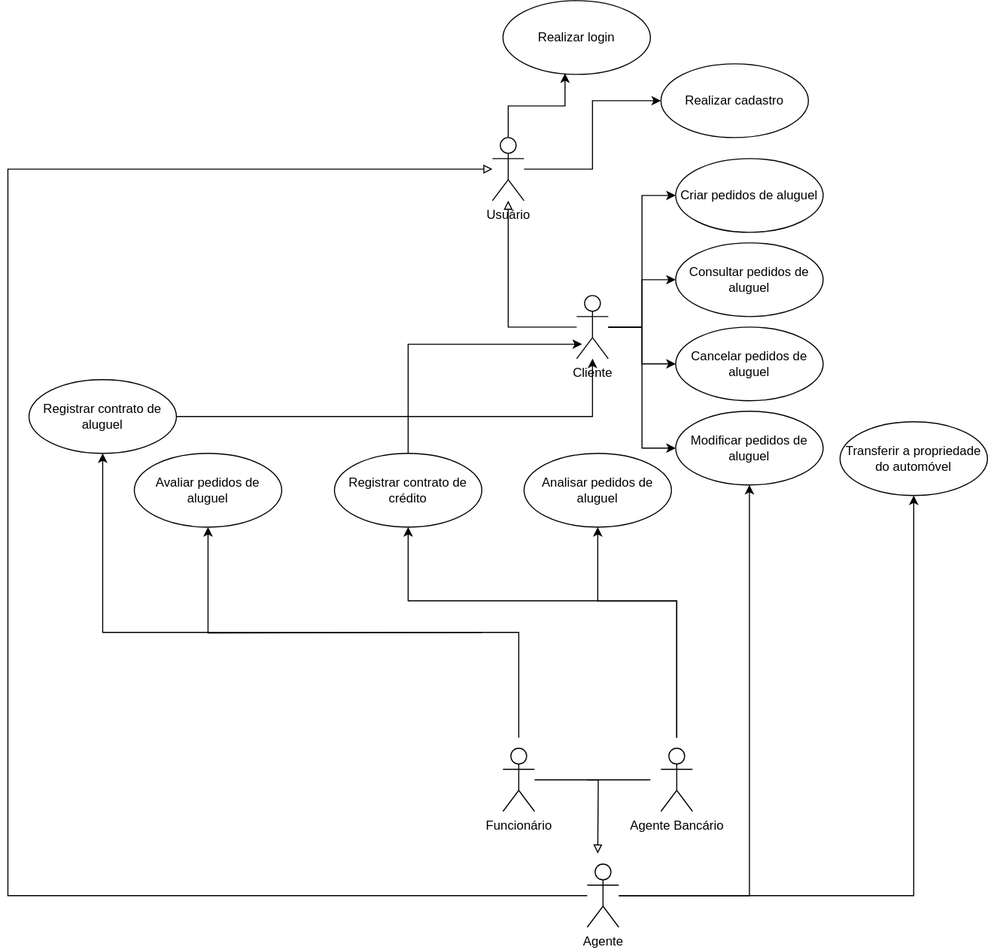
The draw.io diagram projeto/DiagramaDeCasosDeUso.drawio.svg in marcosffp/Sistema-de-Aluguel-de-Carros, before a commit. Source tidied: cells renumbered, new cells last; positions are measured from the earlier drawing's top-left corner, leaving out a move shared by most shapes.
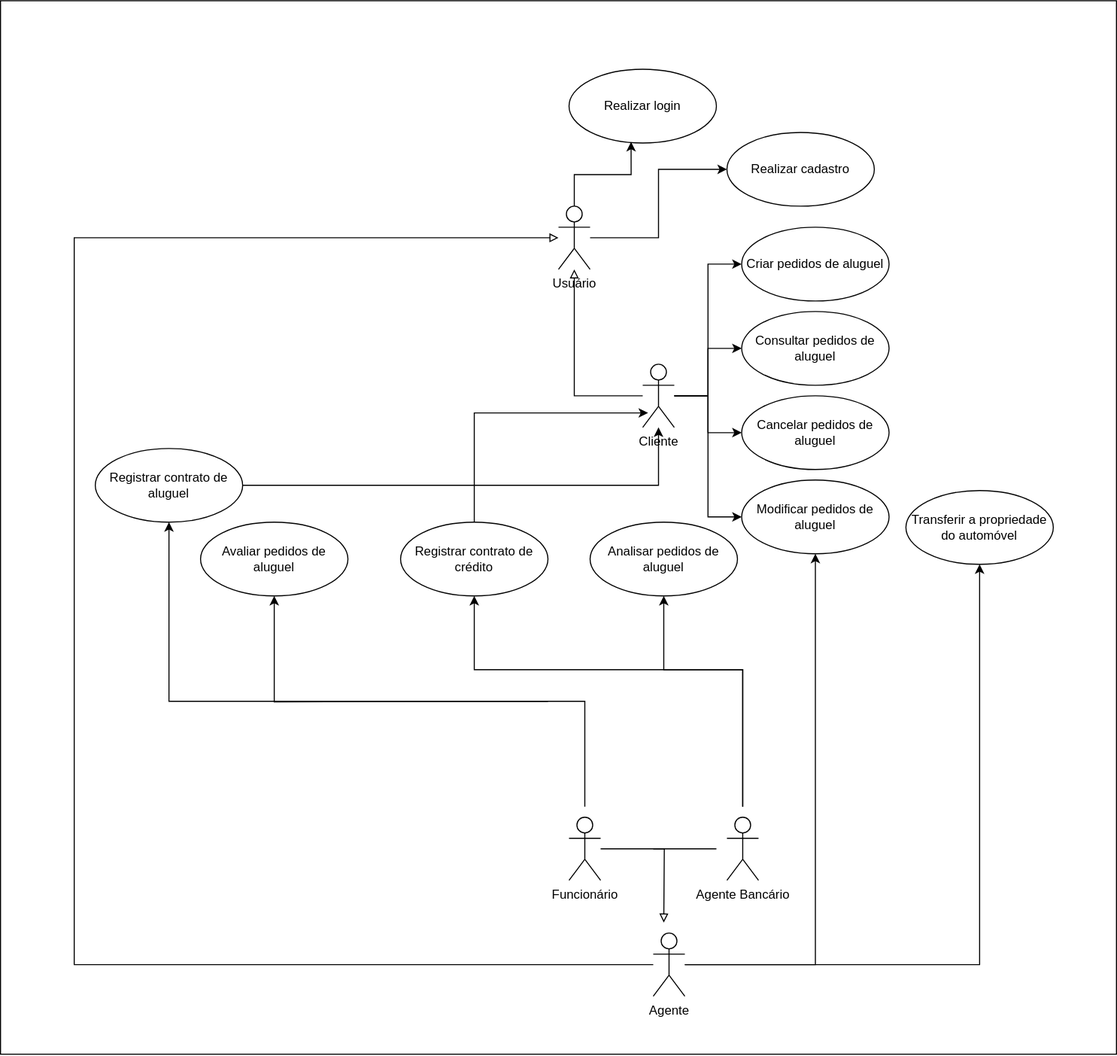
Later version of the same file.

Commit message:
Implement code changes to enhance functionality and improve performance

What changed in the source:
```diff
@@ -2,6 +2,9 @@
   <root>
     <mxCell id="0" />
     <mxCell id="1" parent="0" />
+    <mxCell id="36" style="rounded=0;whiteSpace=wrap;html=1;" parent="1" vertex="1">
+      <mxGeometry x="-70" y="-65" width="1060" height="1000" as="geometry" />
+    </mxCell>
     <mxCell id="2" style="edgeStyle=orthogonalEdgeStyle;rounded=0;jettySize=auto;html=1;" parent="1" edge="1" source="3" target="4">
       <mxGeometry relative="1" as="geometry" />
     </mxCell>
```
